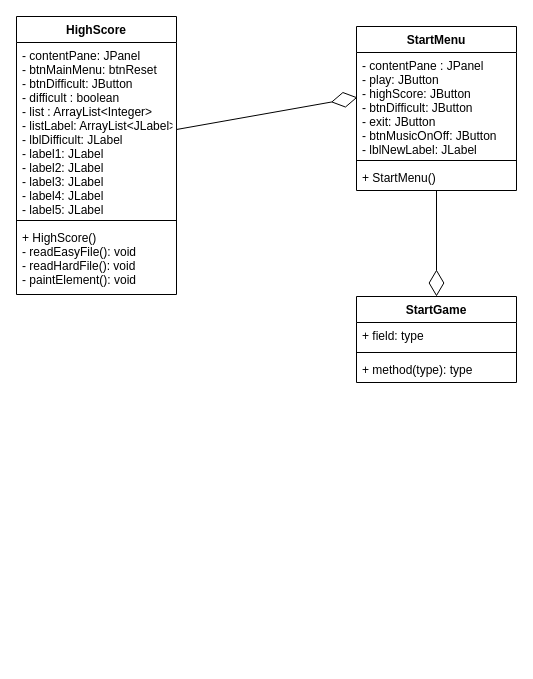
The draw.io diagram Untitled Diagram.drawio in huytruengusi/Battleship-OOP, before the edit. Source tidied: cells renumbered, new cells numbered last; positions are measured from the earlier drawing's top-left corner, leaving out a move shared by most shapes. Both pictures are drawn from the tidied source at 100%, with x=0, y=0 at pixel (16, 16).
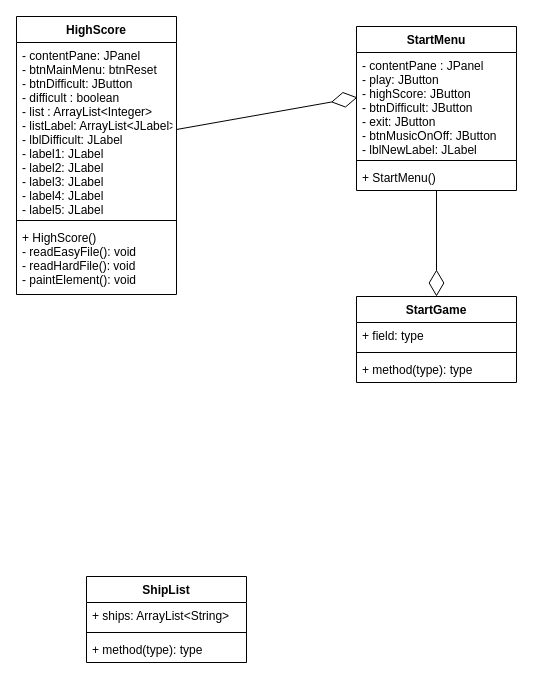
Above is the later version.

Diff of the diagram source:
```diff
@@
 <mxGraphModel>
   <root>
     <mxCell id="0" />
     <mxCell id="1" parent="0" />
     <mxCell id="2" value="StartGame" style="swimlane;fontStyle=1;align=center;verticalAlign=top;horizontal=1;startSize=26;" parent="1" vertex="1">
       <mxGeometry x="340" y="280" width="160" height="86" as="geometry" />
     </mxCell>
     <mxCell id="3" value="+ field: type" style="text;strokeColor=none;fillColor=none;align=left;verticalAlign=top;spacingLeft=4;spacingRight=4;overflow=hidden;" parent="2" vertex="1">
       <mxGeometry y="26" width="160" height="26" as="geometry" />
     </mxCell>
     <mxCell id="4" style="line;strokeWidth=1;fillColor=none;align=left;verticalAlign=middle;spacingTop=-1;spacingLeft=3;spacingRight=3;labelPosition=right;" parent="2" vertex="1">
       <mxGeometry y="52" width="160" height="8" as="geometry" />
     </mxCell>
     <mxCell id="5" value="+ method(type): type" style="text;strokeColor=none;fillColor=none;align=left;verticalAlign=top;spacingLeft=4;spacingRight=4;overflow=hidden;" parent="2" vertex="1">
       <mxGeometry y="60" width="160" height="26" as="geometry" />
     </mxCell>
     <mxCell id="6" value="StartMenu" style="swimlane;fontStyle=1;align=center;verticalAlign=top;horizontal=1;startSize=26;" parent="1" vertex="1">
       <mxGeometry x="340" y="10" width="160" height="164" as="geometry" />
     </mxCell>
     <mxCell id="7" value="- contentPane : JPanel&#10;- play: JButton&#10;- highScore: JButton&#10;- btnDifficult: JButton&#10;- exit: JButton&#10;- btnMusicOnOff: JButton&#10;- lblNewLabel: JLabel" style="text;strokeColor=none;fillColor=none;align=left;verticalAlign=top;spacingLeft=4;spacingRight=4;overflow=hidden;points=[[0,0.5],[1,0.5]];portConstraint=eastwest;" parent="6" vertex="1">
       <mxGeometry y="26" width="160" height="104" as="geometry" />
     </mxCell>
     <mxCell id="8" style="line;strokeWidth=1;fillColor=none;align=left;verticalAlign=middle;spacingTop=-1;spacingLeft=3;spacingRight=3;labelPosition=right;" parent="6" vertex="1">
       <mxGeometry y="130" width="160" height="8" as="geometry" />
     </mxCell>
     <mxCell id="9" value="+ StartMenu()" style="text;strokeColor=none;fillColor=none;align=left;verticalAlign=top;spacingLeft=4;spacingRight=4;overflow=hidden;points=[[0,0.5],[1,0.5]];portConstraint=eastwest;" parent="6" vertex="1">
       <mxGeometry y="138" width="160" height="26" as="geometry" />
     </mxCell>
     <mxCell id="10" style="endArrow=diamondThin;endFill=0;endSize=24;html=1;rounded=0;" parent="1" edge="1" source="9" target="2">
       <mxGeometry relative="1" as="geometry" />
     </mxCell>
     <mxCell id="11" style="endArrow=diamondThin;endFill=0;endSize=24;html=1;rounded=0;entryX=0.006;entryY=0.432;entryDx=0;entryDy=0;entryPerimeter=0;exitX=1;exitY=0.5;exitDx=0;exitDy=0;" parent="1" edge="1" source="13" target="7">
       <mxGeometry relative="1" as="geometry" />
     </mxCell>
     <mxCell id="12" value="HighScore" style="swimlane;fontStyle=1;align=center;verticalAlign=top;horizontal=1;startSize=26;" parent="1" vertex="1">
       <mxGeometry width="160" height="278" as="geometry" />
     </mxCell>
     <mxCell id="13" value="- contentPane: JPanel&#10;- btnMainMenu: btnReset&#10;- btnDifficult: JButton&#10;- difficult : boolean&#10;- list : ArrayList&lt;Integer&gt;&#10;- listLabel: ArrayList&lt;JLabel&gt;&#10;- lblDifficult: JLabel&#10;- label1: JLabel&#10;- label2: JLabel&#10;- label3: JLabel&#10;- label4: JLabel&#10;- label5: JLabel" style="text;strokeColor=none;fillColor=none;align=left;verticalAlign=top;spacingLeft=4;spacingRight=4;overflow=hidden;points=[[0,0.5],[1,0.5]];portConstraint=eastwest;" parent="12" vertex="1">
       <mxGeometry y="26" width="160" height="174" as="geometry" />
     </mxCell>
     <mxCell id="14" style="line;strokeWidth=1;fillColor=none;align=left;verticalAlign=middle;spacingTop=-1;spacingLeft=3;spacingRight=3;labelPosition=right;" parent="12" vertex="1">
       <mxGeometry y="200" width="160" height="8" as="geometry" />
     </mxCell>
     <mxCell id="15" value="+ HighScore()&#10;- readEasyFile(): void&#10;- readHardFile(): void&#10;- paintElement(): void" style="text;strokeColor=none;fillColor=none;align=left;verticalAlign=top;spacingLeft=4;spacingRight=4;overflow=hidden;" parent="12" vertex="1">
       <mxGeometry y="208" width="160" height="70" as="geometry" />
     </mxCell>
+    <mxCell id="16" value="ShipList" style="swimlane;fontStyle=1;align=center;verticalAlign=top;horizontal=1;startSize=26;" parent="1" vertex="1">
+      <mxGeometry x="70" y="560" width="160" height="86" as="geometry" />
+    </mxCell>
+    <mxCell id="17" value="+ ships: ArrayList&lt;String&gt;" style="text;strokeColor=none;fillColor=none;align=left;verticalAlign=top;spacingLeft=4;spacingRight=4;overflow=hidden;" parent="16" vertex="1">
+      <mxGeometry y="26" width="160" height="26" as="geometry" />
+    </mxCell>
+    <mxCell id="18" style="line;strokeWidth=1;fillColor=none;align=left;verticalAlign=middle;spacingTop=-1;spacingLeft=3;spacingRight=3;labelPosition=right;" parent="16" vertex="1">
+      <mxGeometry y="52" width="160" height="8" as="geometry" />
+    </mxCell>
+    <mxCell id="19" value="+ method(type): type" style="text;strokeColor=none;fillColor=none;align=left;verticalAlign=top;spacingLeft=4;spacingRight=4;overflow=hidden;" parent="16" vertex="1">
+      <mxGeometry y="60" width="160" height="26" as="geometry" />
+    </mxCell>
   </root>
 </mxGraphModel>
```
